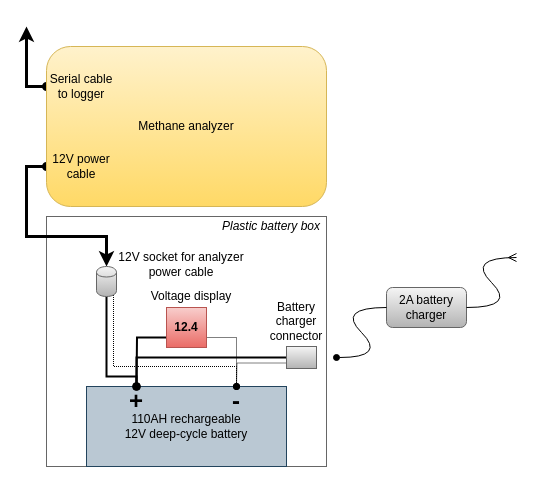
Above: img/analyzer-setup.drawio in patricktokeeffe/ch4-plume-study (draw.io), before the change. Source tidied: cells renumbered, new cells numbered last; positions are measured from the earlier drawing's top-left corner, leaving out a move shared by most shapes. Both pictures are drawn from the tidied source at 100%, with x=0, y=0 at pixel (26, 26).
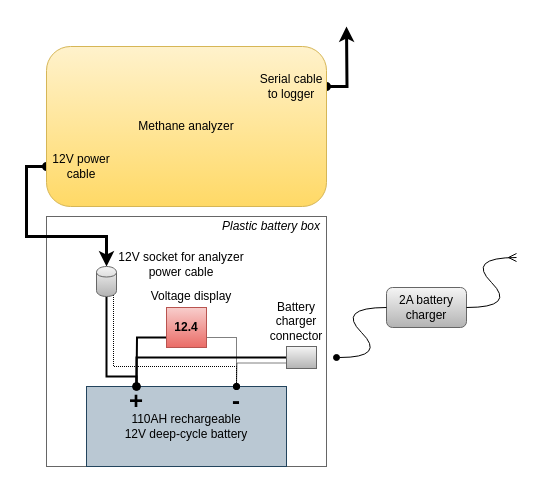
The same page after the edit.

Commit message (it also covers changes not shown here):
Fix location of serial port in analyzer diagram

The change refers to these unchanged cells:
```xml
<mxCell id="5" value="Methane analyzer" style="rounded=1;whiteSpace=wrap;html=1;fillColor=#fff2cc;strokeColor=#d6b656;gradientColor=#ffd966;" parent="1" vertex="1">
  <mxGeometry x="20" y="20" width="280" height="160" as="geometry" />
</mxCell>
```

What changed in the source:
```diff
@@
-    <mxCell id="4" style="edgeStyle=orthogonalEdgeStyle;rounded=0;html=1;exitX=0;exitY=0.25;exitDx=0;exitDy=0;startArrow=oval;startFill=1;endArrow=classic;endFill=1;jettySize=auto;strokeWidth=3;" parent="1" edge="1" source="5">
+    <mxCell id="4" style="edgeStyle=orthogonalEdgeStyle;rounded=0;html=1;exitX=1;exitY=0.25;exitDx=0;exitDy=0;startArrow=oval;startFill=1;endArrow=classic;endFill=1;jettySize=auto;strokeWidth=3;" parent="1" edge="1" source="5">
       <mxGeometry relative="1" as="geometry">
-        <mxPoint as="targetPoint" />
+        <mxPoint x="320" as="targetPoint" />
       </mxGeometry>
     </mxCell>
@@
     <mxCell id="25" value="Serial cable to logger" style="text;html=1;strokeColor=none;fillColor=none;align=center;verticalAlign=middle;whiteSpace=wrap;rounded=0;" parent="1" vertex="1">
-      <mxGeometry x="20" y="40" width="70" height="40" as="geometry" />
+      <mxGeometry x="230" y="40" width="70" height="40" as="geometry" />
     </mxCell>
```
